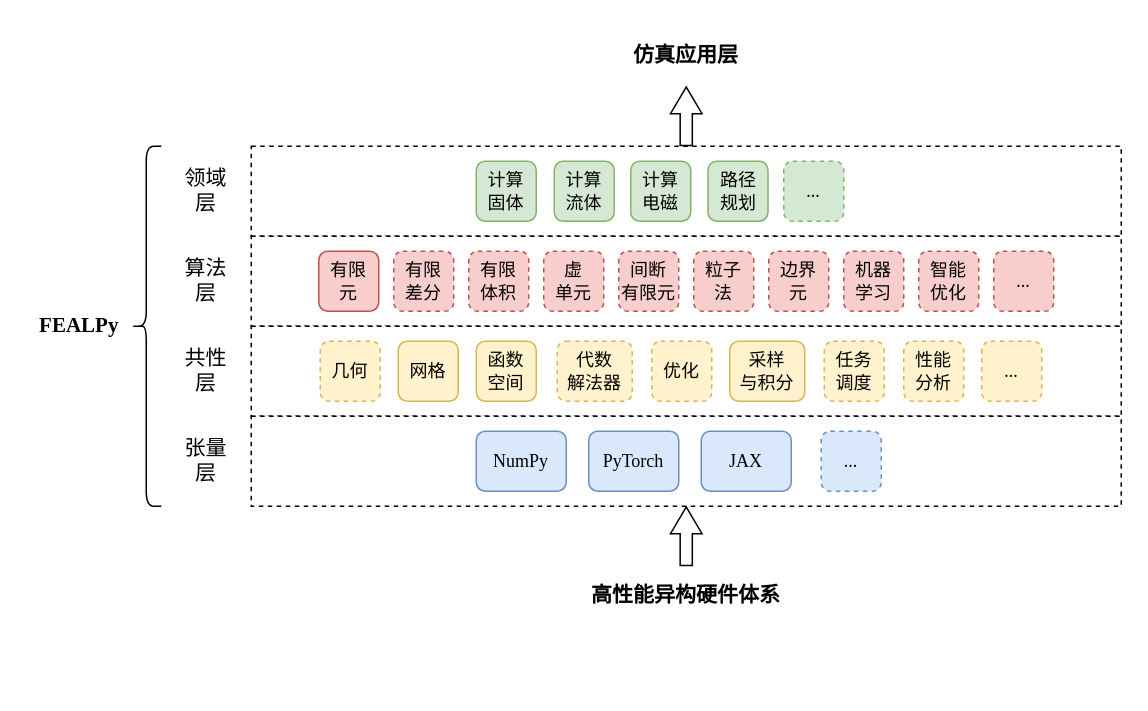
Above: drawio/fealpy_structure_ch.drawio in brighthe/hlthesis (draw.io), before the change. Source tidied: cells renumbered, new cells numbered last; positions are measured from the earlier drawing's top-left corner, leaving out a move shared by most shapes. Both pictures are drawn from the tidied source at 150%, with x=0, y=0 at pixel (26, 26).
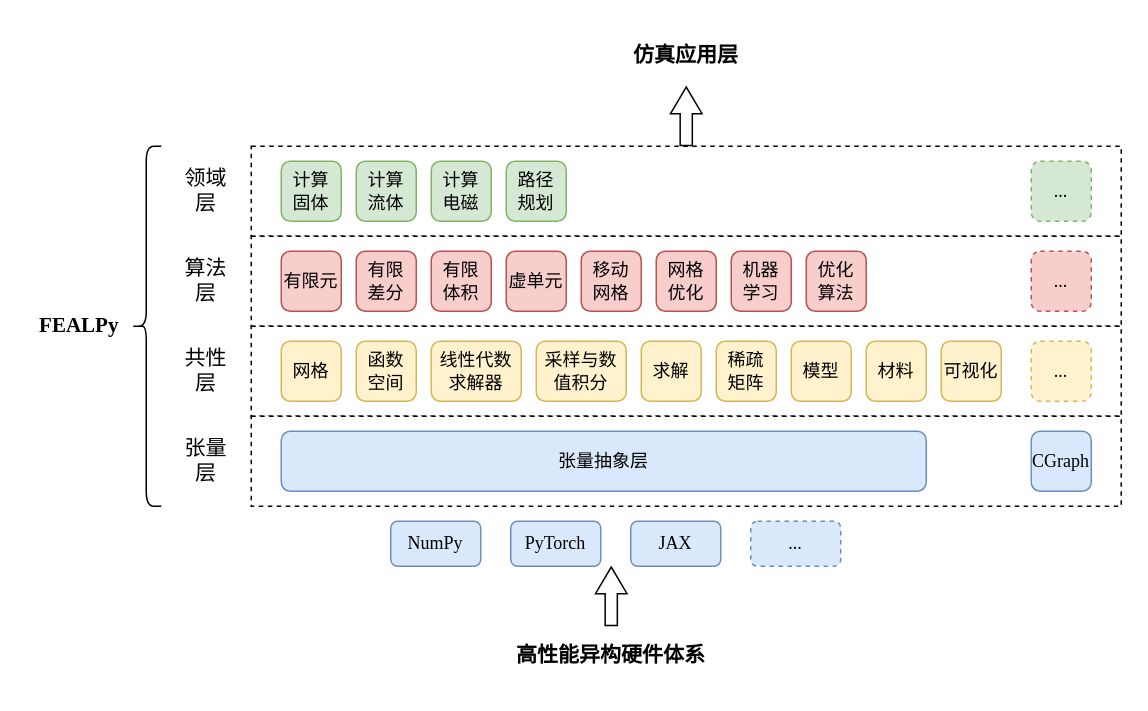
After the change.

Unchanged cells that the change refers to:
```xml
<mxCell id="5" style="rounded=0;whiteSpace=wrap;html=1;fontFamily=Times New Roman;dashed=1;" parent="1" vertex="1">
  <mxGeometry x="150" y="260" width="580" height="60" as="geometry" />
</mxCell>
```

What changed in the source:
```diff
@@
     <mxCell id="6" value="NumPy" style="rounded=1;whiteSpace=wrap;html=1;fillColor=#dae8fc;strokeColor=#6c8ebf;fontFamily=Times New Roman;fontSize=12;" parent="1" vertex="1">
-      <mxGeometry x="300" y="270" width="60" height="40" as="geometry" />
+      <mxGeometry x="243" y="330" width="60" height="30" as="geometry" />
     </mxCell>
     <mxCell id="7" value="PyTorch" style="rounded=1;whiteSpace=wrap;html=1;fillColor=#dae8fc;strokeColor=#6c8ebf;fontFamily=Times New Roman;fontSize=12;" parent="1" vertex="1">
-      <mxGeometry x="375" y="270" width="60" height="40" as="geometry" />
+      <mxGeometry x="323" y="330" width="60" height="30" as="geometry" />
     </mxCell>
-    <mxCell id="8" value="几何" style="rounded=1;whiteSpace=wrap;html=1;fillColor=#fff2cc;strokeColor=#d6b656;fontFamily=Times New Roman;dashed=1;" parent="1" vertex="1">
-      <mxGeometry x="196" y="210" width="40" height="40" as="geometry" />
-    </mxCell>
     <mxCell id="9" value="网格" style="rounded=1;whiteSpace=wrap;html=1;fillColor=#fff2cc;strokeColor=#d6b656;fontFamily=Times New Roman;" parent="1" vertex="1">
-      <mxGeometry x="248" y="210" width="40" height="40" as="geometry" />
+      <mxGeometry x="170" y="210" width="40" height="40" as="geometry" />
     </mxCell>
     <mxCell id="10" value="函数&lt;div&gt;空间&lt;/div&gt;" style="rounded=1;whiteSpace=wrap;html=1;fillColor=#fff2cc;strokeColor=#d6b656;fontFamily=Times New Roman;" parent="1" vertex="1">
-      <mxGeometry x="300" y="210" width="40" height="40" as="geometry" />
+      <mxGeometry x="220" y="210" width="40" height="40" as="geometry" />
     </mxCell>
-    <mxCell id="11" value="代数&lt;div&gt;解法器&lt;/div&gt;" style="rounded=1;whiteSpace=wrap;html=1;fillColor=#fff2cc;strokeColor=#d6b656;fontFamily=Times New Roman;dashed=1;" parent="1" vertex="1">
-      <mxGeometry x="354" y="210" width="50" height="40" as="geometry" />
+    <mxCell id="11" value="线性代数&lt;div&gt;求解器&lt;/div&gt;" style="rounded=1;whiteSpace=wrap;html=1;fillColor=#fff2cc;strokeColor=#d6b656;fontFamily=Times New Roman;" parent="1" vertex="1">
+      <mxGeometry x="270" y="210" width="60" height="40" as="geometry" />
     </mxCell>
-    <mxCell id="12" value="优化" style="rounded=1;whiteSpace=wrap;html=1;fillColor=#fff2cc;strokeColor=#d6b656;fontFamily=Times New Roman;dashed=1;" parent="1" vertex="1">
-      <mxGeometry x="417" y="210" width="40" height="40" as="geometry" />
+    <mxCell id="12" value="采样与数值积分" style="rounded=1;whiteSpace=wrap;html=1;fillColor=#fff2cc;strokeColor=#d6b656;fontFamily=Times New Roman;" parent="1" vertex="1">
+      <mxGeometry x="340" y="210" width="60" height="40" as="geometry" />
     </mxCell>
-    <mxCell id="13" value="采样&lt;div&gt;与&lt;span style=&quot;background-color: transparent; color: light-dark(rgb(0, 0, 0), rgb(255, 255, 255));&quot;&gt;积分&lt;/span&gt;&lt;/div&gt;" style="rounded=1;whiteSpace=wrap;html=1;fillColor=#fff2cc;strokeColor=#d6b656;fontFamily=Times New Roman;" parent="1" vertex="1">
-      <mxGeometry x="469" y="210" width="50" height="40" as="geometry" />
+    <mxCell id="13" value="求解" style="rounded=1;whiteSpace=wrap;html=1;fillColor=#fff2cc;strokeColor=#d6b656;fontFamily=Times New Roman;" parent="1" vertex="1">
+      <mxGeometry x="410" y="210" width="40" height="40" as="geometry" />
     </mxCell>
-    <mxCell id="14" value="任务&lt;div&gt;调度&lt;/div&gt;" style="rounded=1;whiteSpace=wrap;html=1;fillColor=#fff2cc;strokeColor=#d6b656;fontFamily=Times New Roman;dashed=1;" parent="1" vertex="1">
-      <mxGeometry x="532" y="210" width="40" height="40" as="geometry" />
+    <mxCell id="14" value="稀疏&lt;div&gt;矩阵&lt;/div&gt;" style="rounded=1;whiteSpace=wrap;html=1;fillColor=#fff2cc;strokeColor=#d6b656;fontFamily=Times New Roman;" parent="1" vertex="1">
+      <mxGeometry x="460" y="210" width="40" height="40" as="geometry" />
     </mxCell>
-    <mxCell id="15" value="有限&lt;div&gt;元&lt;/div&gt;" style="rounded=1;whiteSpace=wrap;html=1;fillColor=#f8cecc;strokeColor=#b85450;fontFamily=Times New Roman;" parent="1" vertex="1">
-      <mxGeometry x="195" y="150" width="40" height="40" as="geometry" />
+    <mxCell id="15" value="有限&lt;span style=&quot;background-color: transparent; color: light-dark(rgb(0, 0, 0), rgb(255, 255, 255));&quot;&gt;元&lt;/span&gt;" style="rounded=1;whiteSpace=wrap;html=1;fillColor=#f8cecc;strokeColor=#b85450;fontFamily=Times New Roman;" parent="1" vertex="1">
+      <mxGeometry x="170" y="150" width="40" height="40" as="geometry" />
     </mxCell>
-    <mxCell id="16" value="有限&lt;div&gt;差分&lt;/div&gt;" style="rounded=1;whiteSpace=wrap;html=1;fillColor=#f8cecc;strokeColor=#b85450;fontFamily=Times New Roman;dashed=1;" parent="1" vertex="1">
-      <mxGeometry x="245" y="150" width="40" height="40" as="geometry" />
+    <mxCell id="16" value="有限&lt;div&gt;差分&lt;/div&gt;" style="rounded=1;whiteSpace=wrap;html=1;fillColor=#f8cecc;strokeColor=#b85450;fontFamily=Times New Roman;" parent="1" vertex="1">
+      <mxGeometry x="220" y="150" width="40" height="40" as="geometry" />
     </mxCell>
-    <mxCell id="17" value="有限&lt;div&gt;体积&lt;/div&gt;" style="rounded=1;whiteSpace=wrap;html=1;fillColor=#f8cecc;strokeColor=#b85450;fontFamily=Times New Roman;dashed=1;" parent="1" vertex="1">
-      <mxGeometry x="295" y="150" width="40" height="40" as="geometry" />
+    <mxCell id="17" value="有限&lt;div&gt;体积&lt;/div&gt;" style="rounded=1;whiteSpace=wrap;html=1;fillColor=#f8cecc;strokeColor=#b85450;fontFamily=Times New Roman;" parent="1" vertex="1">
+      <mxGeometry x="270" y="150" width="40" height="40" as="geometry" />
     </mxCell>
-    <mxCell id="18" value="虚&lt;div&gt;单元&lt;/div&gt;" style="rounded=1;whiteSpace=wrap;html=1;fillColor=#f8cecc;strokeColor=#b85450;fontFamily=Times New Roman;dashed=1;" parent="1" vertex="1">
-      <mxGeometry x="345" y="150" width="40" height="40" as="geometry" />
+    <mxCell id="18" value="虚&lt;span style=&quot;background-color: transparent; color: light-dark(rgb(0, 0, 0), rgb(255, 255, 255));&quot;&gt;单元&lt;/span&gt;" style="rounded=1;whiteSpace=wrap;html=1;fillColor=#f8cecc;strokeColor=#b85450;fontFamily=Times New Roman;" parent="1" vertex="1">
+      <mxGeometry x="320" y="150" width="40" height="40" as="geometry" />
     </mxCell>
-    <mxCell id="19" value="粒子&lt;div&gt;法&lt;/div&gt;" style="rounded=1;whiteSpace=wrap;html=1;fillColor=#f8cecc;strokeColor=#b85450;fontFamily=Times New Roman;dashed=1;" parent="1" vertex="1">
-      <mxGeometry x="445" y="150" width="40" height="40" as="geometry" />
-    </mxCell>
-    <mxCell id="20" value="机器&lt;div&gt;学习&lt;/div&gt;" style="rounded=1;whiteSpace=wrap;html=1;fillColor=#f8cecc;strokeColor=#b85450;fontFamily=Times New Roman;dashed=1;" parent="1" vertex="1">
-      <mxGeometry x="545" y="150" width="40" height="40" as="geometry" />
+    <mxCell id="20" value="网格&lt;div&gt;优化&lt;/div&gt;" style="rounded=1;whiteSpace=wrap;html=1;fillColor=#f8cecc;strokeColor=#b85450;fontFamily=Times New Roman;" parent="1" vertex="1">
+      <mxGeometry x="420" y="150" width="40" height="40" as="geometry" />
     </mxCell>
     <mxCell id="21" value="计算&lt;div&gt;固体&lt;/div&gt;" style="rounded=1;whiteSpace=wrap;html=1;fillColor=#d5e8d4;strokeColor=#82b366;fontFamily=Times New Roman;align=center;" parent="1" vertex="1">
-      <mxGeometry x="300" y="90" width="40" height="40" as="geometry" />
+      <mxGeometry x="170" y="90" width="40" height="40" as="geometry" />
     </mxCell>
     <mxCell id="22" value="计算&lt;div&gt;流体&lt;/div&gt;" style="rounded=1;whiteSpace=wrap;html=1;fillColor=#d5e8d4;strokeColor=#82b366;fontFamily=Times New Roman;" parent="1" vertex="1">
-      <mxGeometry x="352" y="90" width="40" height="40" as="geometry" />
+      <mxGeometry x="220" y="90" width="40" height="40" as="geometry" />
     </mxCell>
     <mxCell id="23" value="计算&lt;div&gt;电磁&lt;/div&gt;" style="rounded=1;whiteSpace=wrap;html=1;fillColor=#d5e8d4;strokeColor=#82b366;fontFamily=Times New Roman;" parent="1" vertex="1">
-      <mxGeometry x="403" y="90" width="40" height="40" as="geometry" />
+      <mxGeometry x="270" y="90" width="40" height="40" as="geometry" />
     </mxCell>
-    <mxCell id="24" value="智能&lt;div&gt;优化&lt;/div&gt;" style="rounded=1;whiteSpace=wrap;html=1;fillColor=#f8cecc;strokeColor=#b85450;fontFamily=Times New Roman;dashed=1;" parent="1" vertex="1">
-      <mxGeometry x="595" y="150" width="40" height="40" as="geometry" />
+    <mxCell id="24" value="机器&lt;div&gt;学习&lt;/div&gt;" style="rounded=1;whiteSpace=wrap;html=1;fillColor=#f8cecc;strokeColor=#b85450;fontFamily=Times New Roman;" parent="1" vertex="1">
+      <mxGeometry x="470" y="150" width="40" height="40" as="geometry" />
     </mxCell>
@@
     <mxCell id="29" value="高性能异构硬件体系" style="rounded=0;whiteSpace=wrap;html=1;fontFamily=Times New Roman;fontSize=14;fontStyle=1;dashed=1;strokeColor=none;" parent="1" vertex="1">
-      <mxGeometry x="150" y="360" width="580" height="40" as="geometry" />
+      <mxGeometry x="100" y="400" width="580" height="40" as="geometry" />
     </mxCell>
-    <mxCell id="30" style="shape=flexArrow;endArrow=classic;html=1;rounded=0;entryX=0.5;entryY=1;entryDx=0;entryDy=0;endWidth=11.904761904761905;endSize=5.585714285714285;width=8.095238095238095;fontFamily=Times New Roman;" parent="1" edge="1" source="29" target="5">
-      <mxGeometry relative="1" as="geometry" />
+    <mxCell id="30" style="shape=flexArrow;endArrow=classic;html=1;rounded=0;entryX=0.5;entryY=1;entryDx=0;entryDy=0;endWidth=11.904761904761905;endSize=5.585714285714285;width=8.095238095238095;fontFamily=Times New Roman;" parent="1" edge="1" source="29">
+      <mxGeometry relative="1" as="geometry">
+        <mxPoint x="390" y="360" as="targetPoint" />
+      </mxGeometry>
     </mxCell>
@@
-    <mxCell id="33" value="边界&lt;div&gt;元&lt;/div&gt;" style="rounded=1;whiteSpace=wrap;html=1;fillColor=#f8cecc;strokeColor=#b85450;fontFamily=Times New Roman;dashed=1;" parent="1" vertex="1">
-      <mxGeometry x="495" y="150" width="40" height="40" as="geometry" />
-    </mxCell>
     <mxCell id="34" value="..." style="rounded=1;whiteSpace=wrap;html=1;fillColor=#f8cecc;strokeColor=#b85450;fontFamily=Times New Roman;dashed=1;" parent="1" vertex="1">
-      <mxGeometry x="645" y="150" width="40" height="40" as="geometry" />
+      <mxGeometry x="670" y="150" width="40" height="40" as="geometry" />
     </mxCell>
-    <mxCell id="35" value="性能&lt;div&gt;分析&lt;/div&gt;" style="rounded=1;whiteSpace=wrap;html=1;fillColor=#fff2cc;strokeColor=#d6b656;fontFamily=Times New Roman;dashed=1;" parent="1" vertex="1">
-      <mxGeometry x="585" y="210" width="40" height="40" as="geometry" />
+    <mxCell id="35" value="模型" style="rounded=1;whiteSpace=wrap;html=1;fillColor=#fff2cc;strokeColor=#d6b656;fontFamily=Times New Roman;" parent="1" vertex="1">
+      <mxGeometry x="510" y="210" width="40" height="40" as="geometry" />
     </mxCell>
-    <mxCell id="36" value="间断&lt;div&gt;有限元&lt;/div&gt;" style="rounded=1;whiteSpace=wrap;html=1;fillColor=#f8cecc;strokeColor=#b85450;fontFamily=Times New Roman;dashed=1;" parent="1" vertex="1">
-      <mxGeometry x="395" y="150" width="40" height="40" as="geometry" />
+    <mxCell id="36" value="移动&lt;div&gt;网格&lt;/div&gt;" style="rounded=1;whiteSpace=wrap;html=1;fillColor=#f8cecc;strokeColor=#b85450;fontFamily=Times New Roman;" parent="1" vertex="1">
+      <mxGeometry x="370" y="150" width="40" height="40" as="geometry" />
     </mxCell>
     <mxCell id="37" value="..." style="rounded=1;whiteSpace=wrap;html=1;fillColor=#d5e8d4;strokeColor=#82b366;fontFamily=Times New Roman;dashed=1;" parent="1" vertex="1">
-      <mxGeometry x="505" y="90" width="40" height="40" as="geometry" />
+      <mxGeometry x="670" y="90" width="40" height="40" as="geometry" />
     </mxCell>
@@
     <mxCell id="40" value="..." style="rounded=1;whiteSpace=wrap;html=1;fillColor=#dae8fc;strokeColor=#6c8ebf;fontFamily=Times New Roman;fontSize=12;dashed=1;" parent="1" vertex="1">
-      <mxGeometry x="530" y="270" width="40" height="40" as="geometry" />
+      <mxGeometry x="483" y="330" width="60" height="30" as="geometry" />
     </mxCell>
     <mxCell id="41" value="JAX" style="rounded=1;whiteSpace=wrap;html=1;fillColor=#dae8fc;strokeColor=#6c8ebf;fontFamily=Times New Roman;fontSize=12;" parent="1" vertex="1">
-      <mxGeometry x="450" y="270" width="60" height="40" as="geometry" />
+      <mxGeometry x="403" y="330" width="60" height="30" as="geometry" />
     </mxCell>
     <mxCell id="42" value="路径&lt;div&gt;规划&lt;/div&gt;" style="rounded=1;whiteSpace=wrap;html=1;fillColor=#d5e8d4;strokeColor=#82b366;fontFamily=Times New Roman;" parent="1" vertex="1">
-      <mxGeometry x="454.5" y="90" width="40" height="40" as="geometry" />
+      <mxGeometry x="320" y="90" width="40" height="40" as="geometry" />
     </mxCell>
+    <mxCell id="44" value="优化&lt;div&gt;算法&lt;/div&gt;" style="rounded=1;whiteSpace=wrap;html=1;fillColor=#f8cecc;strokeColor=#b85450;fontFamily=Times New Roman;" parent="1" vertex="1">
+      <mxGeometry x="520" y="150" width="40" height="40" as="geometry" />
+    </mxCell>
+    <mxCell id="45" value="材料" style="rounded=1;whiteSpace=wrap;html=1;fillColor=#fff2cc;strokeColor=#d6b656;fontFamily=Times New Roman;" parent="1" vertex="1">
+      <mxGeometry x="560" y="210" width="40" height="40" as="geometry" />
+    </mxCell>
+    <mxCell id="46" value="可视化" style="rounded=1;whiteSpace=wrap;html=1;fillColor=#fff2cc;strokeColor=#d6b656;fontFamily=Times New Roman;" parent="1" vertex="1">
+      <mxGeometry x="610" y="210" width="40" height="40" as="geometry" />
+    </mxCell>
+    <mxCell id="47" value="张量抽象层" style="rounded=1;whiteSpace=wrap;html=1;fillColor=#dae8fc;strokeColor=#6c8ebf;fontFamily=Times New Roman;fontSize=12;" parent="1" vertex="1">
+      <mxGeometry x="170" y="270" width="430" height="40" as="geometry" />
+    </mxCell>
+    <mxCell id="48" value="CGraph" style="rounded=1;whiteSpace=wrap;html=1;fillColor=#dae8fc;strokeColor=#6c8ebf;fontFamily=Times New Roman;fontSize=12;" parent="1" vertex="1">
+      <mxGeometry x="670" y="270" width="40" height="40" as="geometry" />
+    </mxCell>
     <mxCell id="43" value="..." style="rounded=1;whiteSpace=wrap;html=1;fillColor=#fff2cc;strokeColor=#d6b656;fontFamily=Times New Roman;dashed=1;" parent="1" vertex="1">
-      <mxGeometry x="637" y="210" width="40" height="40" as="geometry" />
+      <mxGeometry x="670" y="210" width="40" height="40" as="geometry" />
     </mxCell>
```
